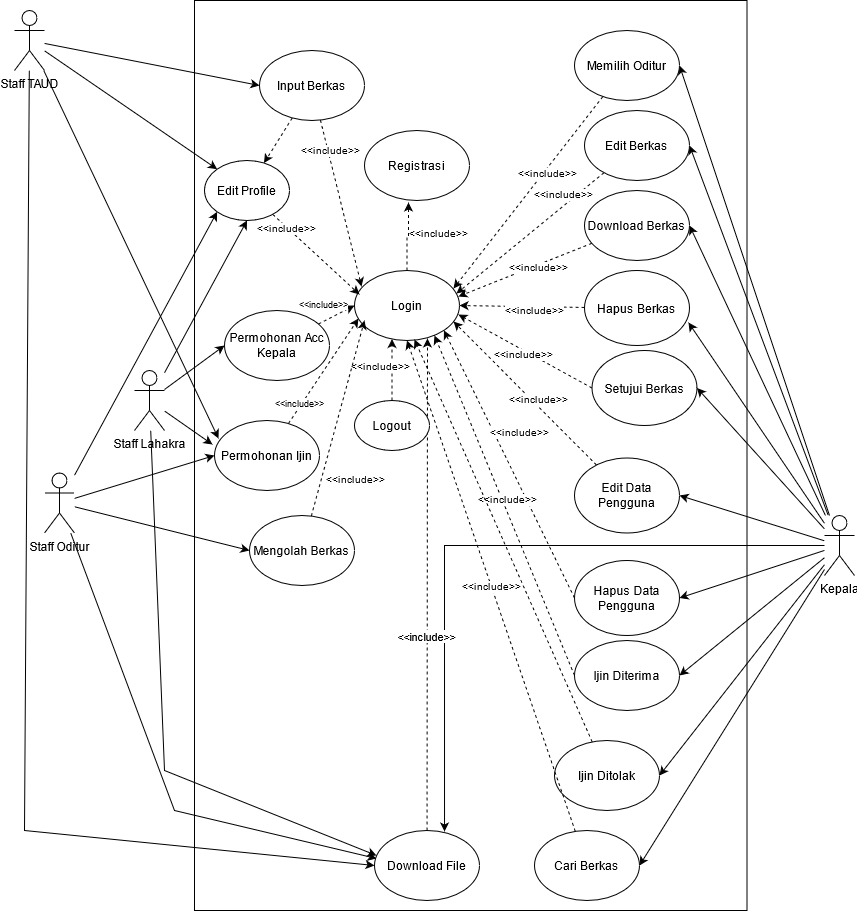
Before: staff/Use Case Diagram.png, a diagram exported from draw.io (vincent322/Diagram). Source tidied: cells renumbered, new cells last; positions are measured from the earlier drawing's top-left corner, leaving out a move shared by most shapes.
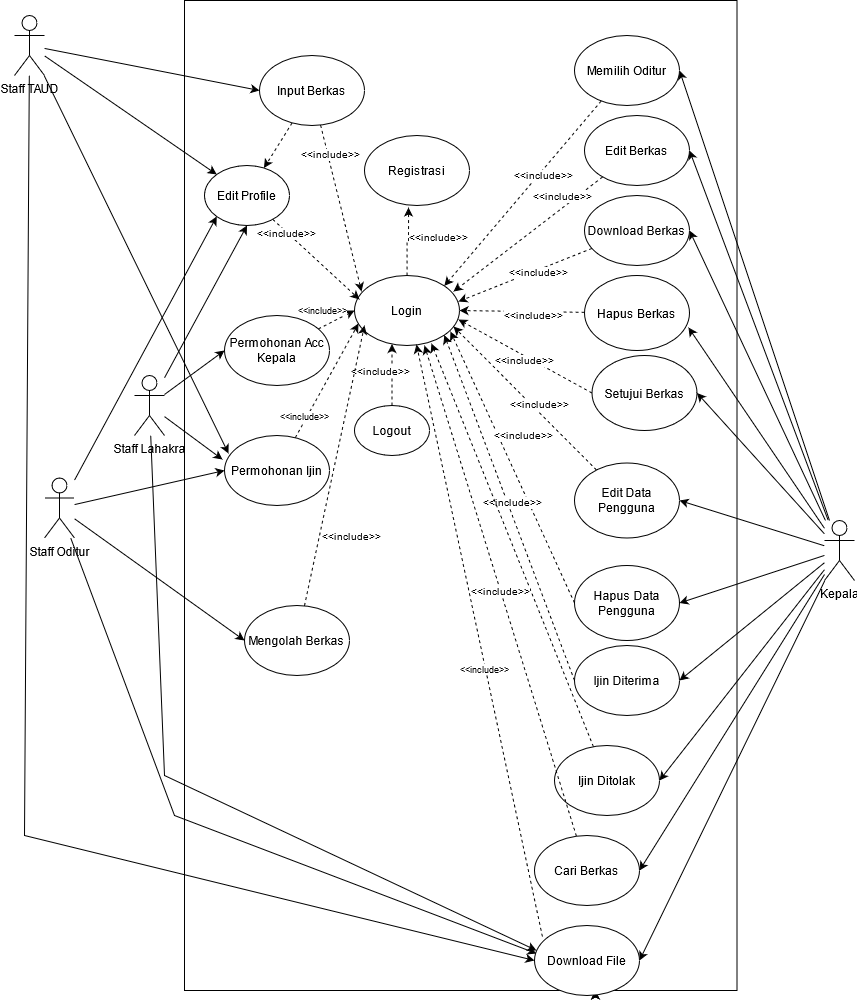
Above is the later version.

Diff of the diagram source:
```diff
@@ -3,7 +3,7 @@
     <mxCell id="0" />
     <mxCell id="1" parent="0" />
     <mxCell id="2" style="rounded=0;whiteSpace=wrap;html=1;" parent="1" vertex="1">
-      <mxGeometry x="180" width="552.5" height="910" as="geometry" />
+      <mxGeometry x="170" y="-5" width="552.5" height="990" as="geometry" />
     </mxCell>
     <mxCell id="3" style="edgeStyle=none;rounded=0;jettySize=auto;html=1;entryX=0;entryY=0.5;entryDx=0;entryDy=0;fontSize=10;" parent="1" edge="1" source="7" target="37">
       <mxGeometry relative="1" as="geometry" />
@@ -73,7 +73,7 @@
     <mxCell id="22" style="edgeStyle=none;rounded=0;jettySize=auto;html=1;entryX=1;entryY=0.5;entryDx=0;entryDy=0;fontSize=10;" parent="1" edge="1" source="24" target="70">
       <mxGeometry relative="1" as="geometry" />
     </mxCell>
-    <mxCell id="23" style="edgeStyle=orthogonalEdgeStyle;rounded=0;jettySize=auto;html=1;entryX=0.667;entryY=0.014;entryDx=0;entryDy=0;entryPerimeter=0;" parent="1" edge="1" source="24" target="55">
+    <mxCell id="23" style="edgeStyle=none;rounded=0;jettySize=auto;html=1;entryX=1;entryY=0.5;entryDx=0;entryDy=0;fontSize=9;" parent="1" edge="1" source="24" target="55">
       <mxGeometry relative="1" as="geometry" />
     </mxCell>
     <mxCell id="24" value="Kepala" style="shape=umlActor;verticalLabelPosition=bottom;verticalAlign=top;html=1;outlineConnect=0;" parent="1" vertex="1">
@@ -141,7 +141,7 @@
     <mxCell id="40" value="Permohonan Acc Kepala" style="ellipse;whiteSpace=wrap;html=1;" parent="1" vertex="1">
       <mxGeometry x="210" y="310" width="105" height="70" as="geometry" />
     </mxCell>
-    <mxCell id="41" style="rounded=0;jettySize=auto;html=1;entryX=0.943;entryY=0.257;entryDx=0;entryDy=0;dashed=1;entryPerimeter=0;" parent="1" edge="1" source="43" target="31">
+    <mxCell id="41" style="rounded=0;jettySize=auto;html=1;entryX=1;entryY=0;entryDx=0;entryDy=0;dashed=1;" parent="1" edge="1" source="43" target="31">
       <mxGeometry relative="1" as="geometry" />
     </mxCell>
     <mxCell id="42" value="&amp;lt;&amp;lt;include&amp;gt;&amp;gt;" style="edgeLabel;html=1;align=center;verticalAlign=middle;fontSize=10;" parent="41" vertex="1">
@@ -159,9 +159,9 @@
       </mxGeometry>
     </mxCell>
     <mxCell id="46" value="Mengolah Berkas" style="ellipse;whiteSpace=wrap;html=1;" parent="1" vertex="1">
-      <mxGeometry x="235" y="515" width="105" height="70" as="geometry" />
+      <mxGeometry x="230" y="600" width="105" height="70" as="geometry" />
     </mxCell>
-    <mxCell id="47" value="&amp;lt;&amp;lt;include&amp;gt;&amp;gt;" style="edgeStyle=none;rounded=0;jettySize=auto;html=1;dashed=1;fontSize=10;entryX=0.971;entryY=0.329;entryDx=0;entryDy=0;entryPerimeter=0;" parent="1" edge="1" source="48" target="31">
+    <mxCell id="47" value="&amp;lt;&amp;lt;include&amp;gt;&amp;gt;" style="edgeStyle=none;rounded=0;jettySize=auto;html=1;dashed=1;fontSize=10;entryX=0.943;entryY=0.229;entryDx=0;entryDy=0;entryPerimeter=0;" parent="1" edge="1" source="48" target="31">
       <mxGeometry x="-0.53" y="-9" relative="1" as="geometry" />
     </mxCell>
     <mxCell id="48" value="Edit Berkas" style="ellipse;whiteSpace=wrap;html=1;" parent="1" vertex="1">
@@ -179,14 +179,20 @@
     <mxCell id="52" value="Setujui Berkas" style="ellipse;whiteSpace=wrap;html=1;" parent="1" vertex="1">
       <mxGeometry x="577.5" y="350" width="105" height="75" as="geometry" />
     </mxCell>
+    <mxCell id="78" style="edgeStyle=none;rounded=0;jettySize=auto;html=1;fontSize=9;" parent="1" edge="1" source="55" target="2">
+      <mxGeometry relative="1" as="geometry" />
+    </mxCell>
+    <mxCell id="79" style="edgeStyle=none;rounded=0;jettySize=auto;html=1;fontSize=9;" parent="1" edge="1" source="55" target="2">
+      <mxGeometry relative="1" as="geometry" />
+    </mxCell>
-    <mxCell id="53" style="edgeStyle=none;rounded=0;jettySize=auto;html=1;entryX=0.695;entryY=0.971;entryDx=0;entryDy=0;entryPerimeter=0;dashed=1;" parent="1" edge="1" source="55" target="31">
+    <mxCell id="53" style="edgeStyle=none;rounded=0;jettySize=auto;html=1;entryX=0.59;entryY=0.986;entryDx=0;entryDy=0;entryPerimeter=0;fontSize=9;exitX=0.075;exitY=0.158;exitDx=0;exitDy=0;exitPerimeter=0;dashed=1;" parent="1" edge="1" source="55" target="31">
       <mxGeometry relative="1" as="geometry" />
     </mxCell>
-    <mxCell id="54" value="&amp;lt;&amp;lt;include&amp;gt;&amp;gt;" style="edgeLabel;html=1;align=center;verticalAlign=middle;" parent="53" vertex="1">
-      <mxGeometry x="-0.21" y="1" relative="1" as="geometry" />
+    <mxCell id="54" value="&amp;lt;&amp;lt;include&amp;gt;&amp;gt;" style="edgeLabel;html=1;align=center;verticalAlign=middle;fontSize=9;" parent="53" vertex="1">
+      <mxGeometry x="-0.09" y="1" relative="1" as="geometry" />
     </mxCell>
     <mxCell id="55" value="Download File" style="ellipse;whiteSpace=wrap;html=1;" parent="1" vertex="1">
-      <mxGeometry x="360" y="830" width="105" height="70" as="geometry" />
+      <mxGeometry x="520" y="920" width="105" height="70" as="geometry" />
     </mxCell>
     <mxCell id="56" style="edgeStyle=none;rounded=0;jettySize=auto;html=1;dashed=1;fontSize=10;entryX=0.943;entryY=0.729;entryDx=0;entryDy=0;entryPerimeter=0;" parent="1" edge="1" source="58" target="31">
       <mxGeometry relative="1" as="geometry" />
@@ -199,7 +205,7 @@
     <mxCell id="58" value="Edit Data Pengguna" style="ellipse;whiteSpace=wrap;html=1;" parent="1" vertex="1">
       <mxGeometry x="560" y="457.5" width="105" height="75" as="geometry" />
     </mxCell>
-    <mxCell id="59" style="edgeStyle=none;rounded=0;jettySize=auto;html=1;exitX=0;exitY=0.5;exitDx=0;exitDy=0;entryX=1;entryY=1;entryDx=0;entryDy=0;dashed=1;fontSize=10;" parent="1" edge="1" source="61" target="31">
+    <mxCell id="59" style="edgeStyle=none;rounded=0;jettySize=auto;html=1;exitX=0;exitY=0.5;exitDx=0;exitDy=0;entryX=0.914;entryY=0.8;entryDx=0;entryDy=0;dashed=1;fontSize=10;entryPerimeter=0;" parent="1" edge="1" source="61" target="31">
       <mxGeometry relative="1" as="geometry" />
     </mxCell>
     <mxCell id="60" value="&amp;lt;&amp;lt;include&amp;gt;&amp;gt;" style="edgeLabel;html=1;align=center;verticalAlign=middle;fontSize=10;" parent="59" vertex="1">
@@ -210,18 +216,14 @@
     <mxCell id="61" value="Hapus Data Pengguna" style="ellipse;whiteSpace=wrap;html=1;" parent="1" vertex="1">
       <mxGeometry x="560" y="560" width="105" height="75" as="geometry" />
     </mxCell>
-    <mxCell id="62" value="&amp;lt;&amp;lt;include&amp;gt;&amp;gt;" style="edgeStyle=none;rounded=0;jettySize=auto;html=1;exitX=0;exitY=0.5;exitDx=0;exitDy=0;dashed=1;fontSize=10;" parent="1" edge="1" source="63">
-      <mxGeometry x="0.02" y="-5" relative="1" as="geometry">
-        <mxPoint x="420" y="335" as="targetPoint" />
-      </mxGeometry>
+    <mxCell id="62" value="&amp;lt;&amp;lt;include&amp;gt;&amp;gt;" style="edgeStyle=none;rounded=0;jettySize=auto;html=1;exitX=0;exitY=0.5;exitDx=0;exitDy=0;dashed=1;fontSize=10;entryX=1;entryY=1;entryDx=0;entryDy=0;" parent="1" edge="1" source="63" target="31">
+      <mxGeometry x="0.02" y="-5" relative="1" as="geometry" />
     </mxCell>
     <mxCell id="63" value="Ijin Diterima" style="ellipse;whiteSpace=wrap;html=1;" parent="1" vertex="1">
       <mxGeometry x="560" y="640" width="105" height="70" as="geometry" />
     </mxCell>
-    <mxCell id="64" style="edgeStyle=none;rounded=0;jettySize=auto;html=1;dashed=1;" parent="1" edge="1" source="65">
-      <mxGeometry relative="1" as="geometry">
-        <mxPoint x="400" y="339" as="targetPoint" />
-      </mxGeometry>
+    <mxCell id="64" style="edgeStyle=none;rounded=0;jettySize=auto;html=1;dashed=1;entryX=0.733;entryY=0.971;entryDx=0;entryDy=0;entryPerimeter=0;" parent="1" edge="1" source="65" target="31">
+      <mxGeometry relative="1" as="geometry" />
     </mxCell>
     <mxCell id="65" value="Ijin Ditolak" style="ellipse;whiteSpace=wrap;html=1;" parent="1" vertex="1">
       <mxGeometry x="540" y="740" width="105" height="70" as="geometry" />
@@ -235,8 +237,10 @@
     <mxCell id="68" value="Edit Profile" style="ellipse;whiteSpace=wrap;html=1;" parent="1" vertex="1">
       <mxGeometry x="190" y="160" width="85" height="60" as="geometry" />
     </mxCell>
-    <mxCell id="69" value="&amp;lt;&amp;lt;include&amp;gt;&amp;gt;" style="edgeStyle=none;rounded=0;jettySize=auto;html=1;entryX=0.5;entryY=1;entryDx=0;entryDy=0;dashed=1;fontSize=10;" parent="1" edge="1" source="70" target="31">
-      <mxGeometry relative="1" as="geometry" />
+    <mxCell id="69" value="&amp;lt;&amp;lt;include&amp;gt;&amp;gt;" style="edgeStyle=none;rounded=0;jettySize=auto;html=1;dashed=1;fontSize=10;" parent="1" edge="1" source="70">
+      <mxGeometry relative="1" as="geometry">
+        <mxPoint x="410" y="340" as="targetPoint" />
+      </mxGeometry>
     </mxCell>
     <mxCell id="70" value="Cari Berkas" style="ellipse;whiteSpace=wrap;html=1;" parent="1" vertex="1">
       <mxGeometry x="520" y="830" width="105" height="70" as="geometry" />
@@ -257,7 +261,7 @@
       <mxGeometry x="-0.63" y="3" relative="1" as="geometry" />
     </mxCell>
     <mxCell id="76" value="Permohonan Ijin" style="ellipse;whiteSpace=wrap;html=1;" parent="1" vertex="1">
-      <mxGeometry x="200" y="420" width="105" height="70" as="geometry" />
+      <mxGeometry x="210" y="430" width="105" height="70" as="geometry" />
     </mxCell>
     <mxCell id="77" value="Logout" style="ellipse;whiteSpace=wrap;html=1;" parent="1" vertex="1">
       <mxGeometry x="340" y="400" width="75" height="50" as="geometry" />
```
